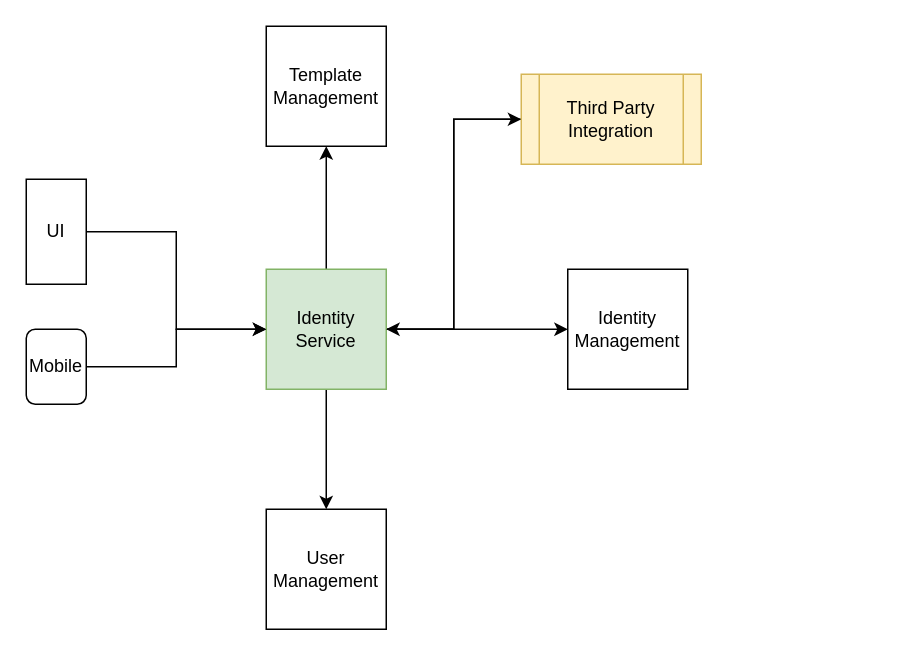
The draw.io diagram Untitled Diagram.drawio in kulgan/other, before the edit. Source tidied: cells renumbered, new cells numbered last; positions are measured from the earlier drawing's top-left corner, leaving out a move shared by most shapes. Both pictures are drawn from the tidied source at 150%, with x=0, y=0 at pixel (26, 26).
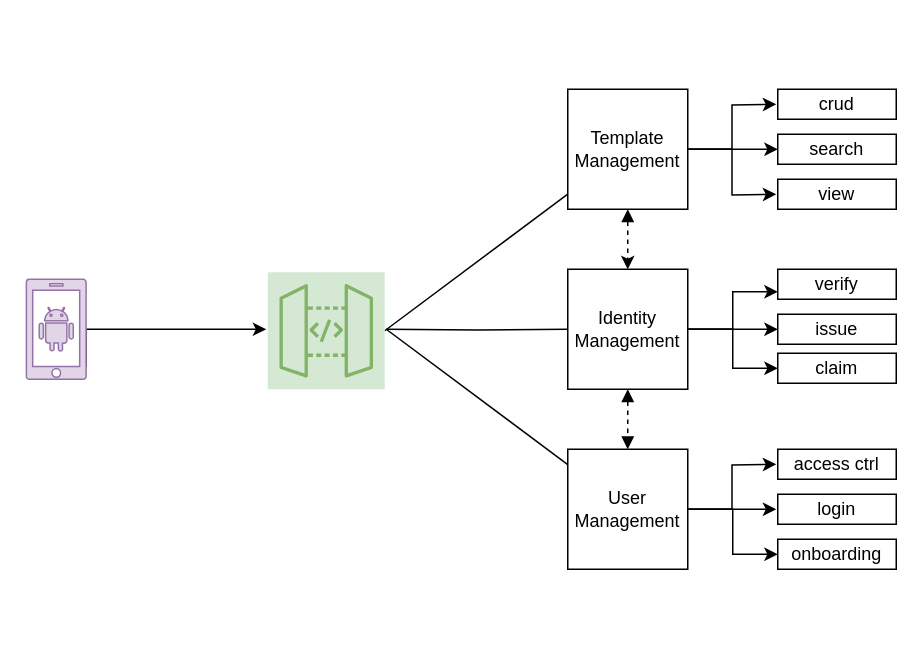
After the change.

Unchanged cells that the change refers to:
```xml
<mxCell id="8" value="Identity Management" style="whiteSpace=wrap;html=1;" parent="1" vertex="1">
  <mxGeometry x="361" y="162" width="80" height="80" as="geometry" />
</mxCell>
```

Change to the diagram source:
```diff
@@
-    <mxCell id="2" style="edgeStyle=orthogonalEdgeStyle;rounded=0;jettySize=auto;html=1;" parent="1" edge="1" source="6" target="7">
+    <mxCell id="2" style="rounded=0;jettySize=auto;html=1;exitX=1;exitY=0.5;exitDx=0;exitDy=0;exitPerimeter=0;endArrow=none;endFill=0;" parent="1" edge="1" source="28" target="7">
       <mxGeometry relative="1" as="geometry" />
     </mxCell>
-    <mxCell id="3" style="edgeStyle=orthogonalEdgeStyle;rounded=0;jettySize=auto;html=1;" parent="1" edge="1" source="6" target="8">
-      <mxGeometry relative="1" as="geometry" />
+    <mxCell id="3" style="edgeStyle=orthogonalEdgeStyle;rounded=0;jettySize=auto;html=1;endArrow=none;endFill=0;" parent="1" edge="1" target="8">
+      <mxGeometry relative="1" as="geometry">
+        <mxPoint x="240" y="202" as="sourcePoint" />
+      </mxGeometry>
     </mxCell>
-    <mxCell id="4" style="edgeStyle=orthogonalEdgeStyle;rounded=0;jettySize=auto;html=1;" parent="1" edge="1" source="6" target="9">
-      <mxGeometry relative="1" as="geometry" />
+    <mxCell id="4" style="rounded=0;jettySize=auto;html=1;endArrow=none;endFill=0;" parent="1" edge="1" target="9">
+      <mxGeometry relative="1" as="geometry">
+        <mxPoint x="240" y="202" as="sourcePoint" />
+      </mxGeometry>
     </mxCell>
-    <mxCell id="5" style="edgeStyle=orthogonalEdgeStyle;rounded=0;jettySize=auto;html=1;entryX=0;entryY=0.5;entryDx=0;entryDy=0;" parent="1" edge="1" source="6" target="11">
-      <mxGeometry relative="1" as="geometry" />
-    </mxCell>
-    <mxCell id="6" value="Identity Service" style="whiteSpace=wrap;html=1;fillColor=#d5e8d4;strokeColor=#82b366;" parent="1" vertex="1">
-      <mxGeometry x="160" y="162" width="80" height="80" as="geometry" />
-    </mxCell>
+    <mxCell id="16" style="edgeStyle=orthogonalEdgeStyle;rounded=0;jettySize=auto;html=1;" parent="1" edge="1" source="7">
+      <mxGeometry relative="1" as="geometry">
+        <mxPoint x="501" y="82" as="targetPoint" />
+      </mxGeometry>
+    </mxCell>
+    <mxCell id="17" style="edgeStyle=orthogonalEdgeStyle;rounded=0;jettySize=auto;html=1;" parent="1" edge="1" source="7">
+      <mxGeometry relative="1" as="geometry">
+        <mxPoint x="500" y="112" as="targetPoint" />
+      </mxGeometry>
+    </mxCell>
+    <mxCell id="18" style="edgeStyle=orthogonalEdgeStyle;rounded=0;jettySize=auto;html=1;" parent="1" edge="1" source="7">
+      <mxGeometry relative="1" as="geometry">
+        <mxPoint x="500" y="52" as="targetPoint" />
+      </mxGeometry>
+    </mxCell>
+    <mxCell id="19" style="edgeStyle=orthogonalEdgeStyle;rounded=0;jettySize=auto;html=1;entryX=0.5;entryY=0;entryDx=0;entryDy=0;startArrow=block;startFill=1;dashed=1;strokeWidth=1;" parent="1" edge="1" source="7" target="8">
+      <mxGeometry relative="1" as="geometry" />
+    </mxCell>
     <mxCell id="7" value="Template Management" style="whiteSpace=wrap;html=1;" parent="1" vertex="1">
-      <mxGeometry x="160" width="80" height="80" as="geometry" />
+      <mxGeometry x="361" y="42" width="80" height="80" as="geometry" />
     </mxCell>
+    <mxCell id="20" style="edgeStyle=orthogonalEdgeStyle;rounded=0;jettySize=auto;html=1;" parent="1" edge="1" source="8" target="29">
+      <mxGeometry relative="1" as="geometry" />
+    </mxCell>
+    <mxCell id="21" style="edgeStyle=orthogonalEdgeStyle;rounded=0;jettySize=auto;html=1;entryX=0;entryY=0.75;entryDx=0;entryDy=0;" parent="1" edge="1" source="8" target="30">
+      <mxGeometry relative="1" as="geometry" />
+    </mxCell>
+    <mxCell id="22" style="edgeStyle=orthogonalEdgeStyle;rounded=0;jettySize=auto;html=1;" parent="1" edge="1" source="8" target="31">
+      <mxGeometry relative="1" as="geometry" />
+    </mxCell>
+    <mxCell id="23" style="edgeStyle=orthogonalEdgeStyle;rounded=0;jettySize=auto;html=1;entryX=0.5;entryY=0;entryDx=0;entryDy=0;dashed=1;endArrow=block;endFill=1;startArrow=block;startFill=1;" parent="1" edge="1" source="8" target="9">
+      <mxGeometry relative="1" as="geometry" />
+    </mxCell>
@@
+    <mxCell id="24" style="edgeStyle=orthogonalEdgeStyle;rounded=0;jettySize=auto;html=1;" parent="1" edge="1" source="9">
+      <mxGeometry relative="1" as="geometry">
+        <mxPoint x="500" y="322" as="targetPoint" />
+      </mxGeometry>
+    </mxCell>
+    <mxCell id="25" style="edgeStyle=orthogonalEdgeStyle;rounded=0;jettySize=auto;html=1;" parent="1" edge="1" source="9">
+      <mxGeometry relative="1" as="geometry">
+        <mxPoint x="500" y="292" as="targetPoint" />
+      </mxGeometry>
+    </mxCell>
+    <mxCell id="26" style="edgeStyle=orthogonalEdgeStyle;rounded=0;jettySize=auto;html=1;entryX=0;entryY=0.5;entryDx=0;entryDy=0;" parent="1" edge="1" source="9" target="37">
+      <mxGeometry relative="1" as="geometry" />
+    </mxCell>
     <mxCell id="9" value="User Management" style="whiteSpace=wrap;html=1;" parent="1" vertex="1">
-      <mxGeometry x="160" y="322" width="80" height="80" as="geometry" />
+      <mxGeometry x="361" y="282" width="80" height="80" as="geometry" />
     </mxCell>
-    <mxCell id="10" style="edgeStyle=orthogonalEdgeStyle;rounded=0;jettySize=auto;html=1;entryX=1;entryY=0.5;entryDx=0;entryDy=0;" parent="1" edge="1" source="11" target="6">
-      <mxGeometry relative="1" as="geometry" />
-    </mxCell>
-    <mxCell id="11" value="Third Party Integration" style="shape=process;whiteSpace=wrap;html=1;backgroundOutline=1;fillColor=#fff2cc;strokeColor=#d6b656;" parent="1" vertex="1">
-      <mxGeometry x="330" y="32" width="120" height="60" as="geometry" />
-    </mxCell>
-    <mxCell id="12" style="edgeStyle=orthogonalEdgeStyle;rounded=0;jettySize=auto;html=1;" parent="1" edge="1" source="13" target="6">
-      <mxGeometry relative="1" as="geometry" />
-    </mxCell>
-    <mxCell id="13" value="UI" style="rounded=0;whiteSpace=wrap;html=1;" parent="1" vertex="1">
-      <mxGeometry y="102" width="40" height="70" as="geometry" />
-    </mxCell>
-    <mxCell id="14" style="edgeStyle=orthogonalEdgeStyle;rounded=0;jettySize=auto;html=1;entryX=0;entryY=0.5;entryDx=0;entryDy=0;" parent="1" edge="1" source="15" target="6">
-      <mxGeometry relative="1" as="geometry" />
+    <mxCell id="14" style="edgeStyle=orthogonalEdgeStyle;rounded=0;orthogonalLoop=1;jettySize=auto;html=1;entryX=0;entryY=0.5;entryDx=0;entryDy=0;" parent="1" edge="1">
+      <mxGeometry relative="1" as="geometry">
+        <mxPoint x="40" y="227" as="sourcePoint" />
+        <mxPoint x="160" y="202" as="targetPoint" />
+        <Array as="points">
+          <mxPoint x="40" y="202" />
+        </Array>
+      </mxGeometry>
     </mxCell>
-    <mxCell id="15" value="Mobile" style="rounded=1;whiteSpace=wrap;html=1;" parent="1" vertex="1">
-      <mxGeometry y="202" width="40" height="50" as="geometry" />
-    </mxCell>
+    <mxCell id="27" style="sketch=0;shadow=0;dashed=0;html=1;strokeColor=#9673a6;labelPosition=center;verticalLabelPosition=bottom;verticalAlign=top;align=center;fillColor=#e1d5e7;shape=mxgraph.mscae.enterprise.android_phone;" parent="1" vertex="1">
+      <mxGeometry y="168.7" width="40" height="66.7" as="geometry" />
+    </mxCell>
+    <mxCell id="28" style="sketch=0;points=[[0,0,0],[0.25,0,0],[0.5,0,0],[0.75,0,0],[1,0,0],[0,1,0],[0.25,1,0],[0.5,1,0],[0.75,1,0],[1,1,0],[0,0.25,0],[0,0.5,0],[0,0.75,0],[1,0.25,0],[1,0.5,0],[1,0.75,0]];outlineConnect=0;fillColor=#d5e8d4;strokeColor=#82b366;dashed=0;verticalLabelPosition=bottom;verticalAlign=top;align=center;html=1;fontSize=12;fontStyle=0;shape=mxgraph.aws4.resourceIcon;resIcon=mxgraph.aws4.api_gateway;strokeWidth=8;" parent="1" vertex="1">
+      <mxGeometry x="161" y="164" width="78" height="78" as="geometry" />
+    </mxCell>
+    <mxCell id="29" value="issue" style="whiteSpace=wrap;html=1;" parent="1" vertex="1">
+      <mxGeometry x="501" y="192" width="79" height="20" as="geometry" />
+    </mxCell>
+    <mxCell id="30" value="verify" style="whiteSpace=wrap;html=1;" parent="1" vertex="1">
+      <mxGeometry x="501" y="162" width="79" height="20" as="geometry" />
+    </mxCell>
+    <mxCell id="31" value="claim" style="whiteSpace=wrap;html=1;" parent="1" vertex="1">
+      <mxGeometry x="501" y="218" width="79" height="20" as="geometry" />
+    </mxCell>
+    <mxCell id="32" value="crud" style="whiteSpace=wrap;html=1;" parent="1" vertex="1">
+      <mxGeometry x="501" y="42" width="79" height="20" as="geometry" />
+    </mxCell>
+    <mxCell id="33" value="search" style="whiteSpace=wrap;html=1;" parent="1" vertex="1">
+      <mxGeometry x="501" y="72" width="79" height="20" as="geometry" />
+    </mxCell>
+    <mxCell id="34" value="view" style="whiteSpace=wrap;html=1;" parent="1" vertex="1">
+      <mxGeometry x="501" y="102" width="79" height="20" as="geometry" />
+    </mxCell>
+    <mxCell id="35" value="access ctrl" style="whiteSpace=wrap;html=1;" parent="1" vertex="1">
+      <mxGeometry x="501" y="282" width="79" height="20" as="geometry" />
+    </mxCell>
+    <mxCell id="36" value="login" style="whiteSpace=wrap;html=1;" parent="1" vertex="1">
+      <mxGeometry x="501" y="312" width="79" height="20" as="geometry" />
+    </mxCell>
+    <mxCell id="37" value="onboarding" style="whiteSpace=wrap;html=1;" parent="1" vertex="1">
+      <mxGeometry x="501" y="342" width="79" height="20" as="geometry" />
+    </mxCell>
```
